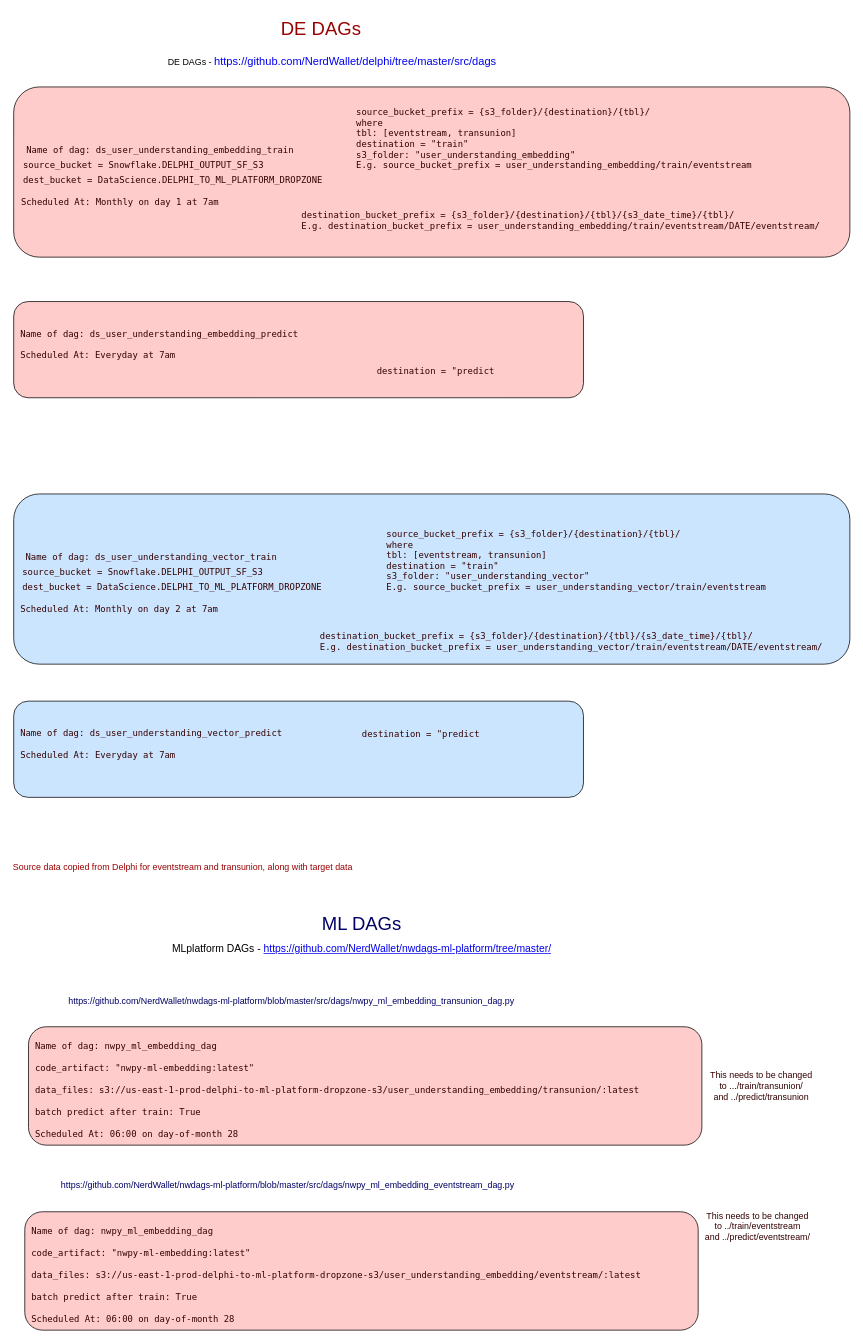
sjster/draw.io keeps this draw.io diagram as production_dags.drawio. Above is the earlier version. Source tidied: cells renumbered, new cells numbered last; positions are measured from the earlier drawing's top-left corner, leaving out a move shared by most shapes. Both pictures are drawn from the tidied source at 74%, with x=0, y=0 at pixel (13, 13).
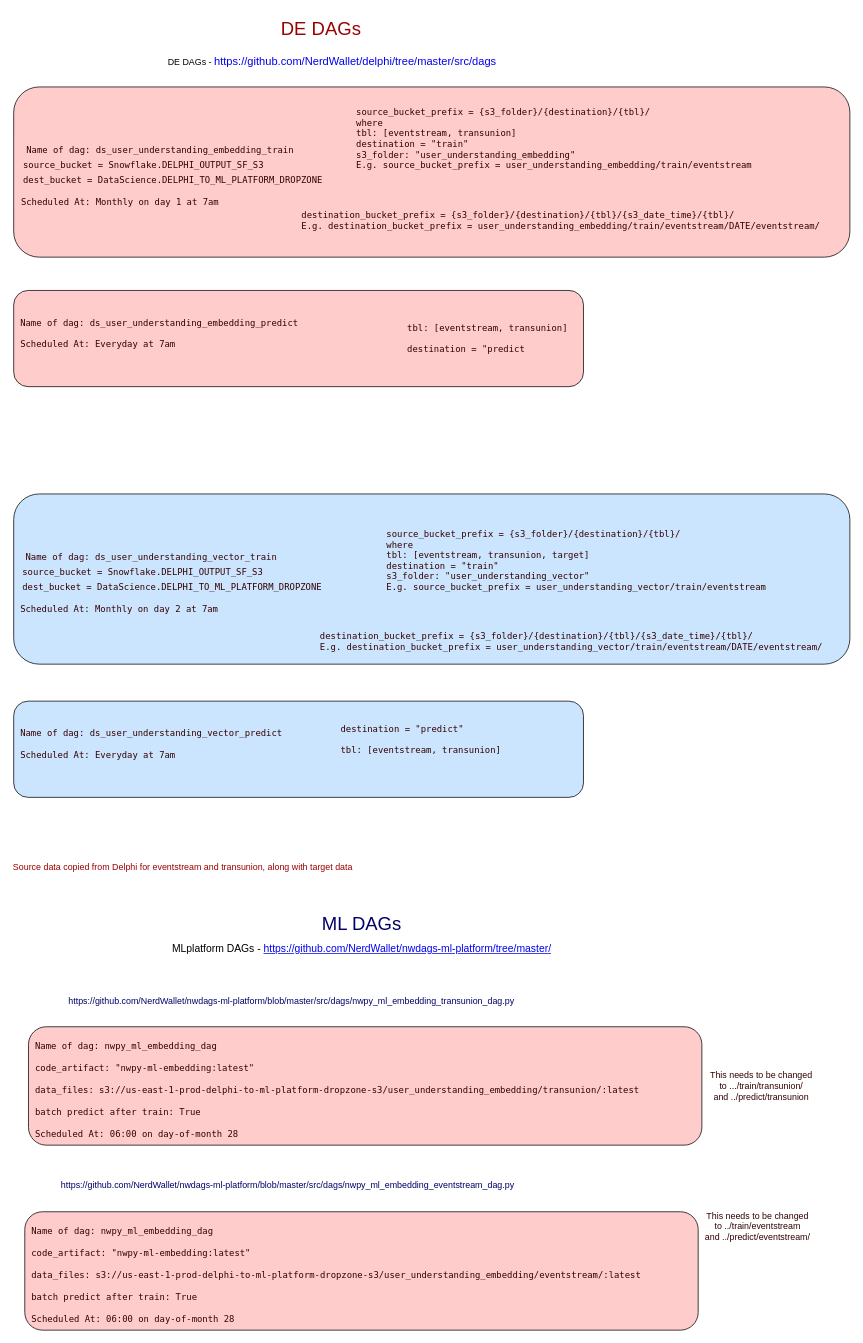
The same page after the edit.

Commit message:
Target paths updated

The edit, as a diff of the source:
```diff
@@
     <mxCell id="17" value="&lt;div style=&quot;&quot;&gt;&lt;span style=&quot;caret-color: rgb(139, 148, 158); font-family: ui-monospace, SFMono-Regular, &amp;quot;SF Mono&amp;quot;, Menlo, Consolas, &amp;quot;Liberation Mono&amp;quot;, monospace;&quot;&gt;&amp;nbsp;&lt;/span&gt;&lt;font style=&quot;background-color: initial; font-family: ui-monospace, SFMono-Regular, &amp;quot;SF Mono&amp;quot;, Menlo, Consolas, &amp;quot;Liberation Mono&amp;quot;, monospace; caret-color: rgb(165, 214, 255);&quot; color=&quot;#330000&quot;&gt;Name of dag:&amp;nbsp;&lt;/font&gt;&lt;span style=&quot;background-color: initial; color: rgb(0, 0, 102); font-family: ui-monospace, SFMono-Regular, &amp;quot;SF Mono&amp;quot;, Menlo, Consolas, &amp;quot;Liberation Mono&amp;quot;, monospace; caret-color: rgb(165, 214, 255); text-size-adjust: auto;&quot;&gt;&lt;font color=&quot;#330000&quot;&gt;ds_user_understanding_embedding_predict&lt;/font&gt;&lt;/span&gt;&lt;br&gt;&lt;/div&gt;&lt;div style=&quot;&quot;&gt;&lt;span style=&quot;background-color: initial; color: rgb(0, 0, 102); font-family: ui-monospace, SFMono-Regular, &amp;quot;SF Mono&amp;quot;, Menlo, Consolas, &amp;quot;Liberation Mono&amp;quot;, monospace; caret-color: rgb(165, 214, 255); text-size-adjust: auto;&quot;&gt;&lt;font color=&quot;#330000&quot;&gt;&lt;br&gt;&lt;/font&gt;&lt;/span&gt;&lt;/div&gt;&lt;span style=&quot;text-align: center; color: rgb(0, 0, 102); font-family: ui-monospace, SFMono-Regular, &amp;quot;SF Mono&amp;quot;, Menlo, Consolas, &amp;quot;Liberation Mono&amp;quot;, monospace; caret-color: rgb(165, 214, 255); text-size-adjust: auto;&quot;&gt;&lt;/span&gt;&lt;span style=&quot;color: rgb(0, 0, 102); font-family: ui-monospace, SFMono-Regular, &amp;quot;SF Mono&amp;quot;, Menlo, Consolas, &amp;quot;Liberation Mono&amp;quot;, monospace; font-size: 12px; font-style: normal; font-variant-ligatures: normal; font-variant-caps: normal; font-weight: 400; letter-spacing: normal; orphans: 2; text-indent: 0px; text-transform: none; widows: 2; word-spacing: 0px; -webkit-text-stroke-width: 0px; caret-color: rgb(165, 214, 255); background-color: rgb(248, 249, 250); text-decoration-thickness: initial; text-decoration-style: initial; text-decoration-color: initial; text-size-adjust: auto;&quot;&gt;&lt;span style=&quot;color: rgb(51, 0, 0); caret-color: rgb(139, 148, 158); text-size-adjust: auto;&quot;&gt;&lt;div style=&quot;&quot;&gt;&lt;span style=&quot;text-size-adjust: auto;&quot;&gt;&amp;nbsp;Scheduled At:&amp;nbsp;&lt;/span&gt;&lt;span style=&quot;text-size-adjust: auto;&quot;&gt;Everyday at 7am&amp;nbsp;&lt;/span&gt;&lt;/div&gt;&lt;/span&gt;&lt;/span&gt;&lt;font face=&quot;ui-monospace, SFMono-Regular, SF Mono, Menlo, Consolas, Liberation Mono, monospace&quot; style=&quot;orphans: 2; text-indent: 0px; widows: 2; background-color: rgb(248, 249, 250); text-decoration-thickness: initial; text-decoration-style: initial; text-decoration-color: initial;&quot;&gt;&lt;div style=&quot;caret-color: rgb(165, 214, 255);&quot;&gt;&lt;br&gt;&lt;/div&gt;&lt;/font&gt;" style="rounded=1;whiteSpace=wrap;html=1;labelBackgroundColor=none;fontSize=12;fontColor=#330000;align=left;fillColor=#FFCCCC;" parent="1" vertex="1">
-      <mxGeometry y="390" width="770" height="130" as="geometry" />
+      <mxGeometry y="375" width="770" height="130" as="geometry" />
     </mxCell>
-    <mxCell id="18" value="&lt;span style=&quot;font-family: ui-monospace, SFMono-Regular, &amp;quot;SF Mono&amp;quot;, Menlo, Consolas, &amp;quot;Liberation Mono&amp;quot;, monospace; box-sizing: border-box; text-size-adjust: auto;&quot; class=&quot;pl-s1&quot;&gt;&lt;div style=&quot;text-align: left;&quot;&gt;&lt;span style=&quot;caret-color: rgb(201, 209, 217); background-color: initial; box-sizing: border-box; text-size-adjust: auto;&quot; class=&quot;pl-s1&quot;&gt;destination&lt;/span&gt;&lt;span style=&quot;caret-color: rgb(201, 209, 217); background-color: initial; text-size-adjust: auto;&quot;&gt;&amp;nbsp;&lt;/span&gt;&lt;span style=&quot;caret-color: rgb(165, 214, 255); background-color: initial; box-sizing: border-box; text-size-adjust: auto;&quot; class=&quot;pl-c1&quot;&gt;=&lt;/span&gt;&lt;span style=&quot;background-color: initial; text-size-adjust: auto;&quot;&gt;&lt;span style=&quot;caret-color: rgb(201, 209, 217);&quot;&gt;&amp;nbsp;&lt;/span&gt;&lt;span style=&quot;caret-color: rgb(165, 214, 255);&quot;&gt;&quot;predict&lt;/span&gt;&lt;/span&gt;&lt;/div&gt;&lt;/span&gt;&lt;span style=&quot;font-family: ui-monospace, SFMono-Regular, &amp;quot;SF Mono&amp;quot;, Menlo, Consolas, &amp;quot;Liberation Mono&amp;quot;, monospace; caret-color: rgb(165, 214, 255); box-sizing: border-box; text-size-adjust: auto;&quot; class=&quot;pl-s&quot;&gt;&lt;/span&gt;" style="text;html=1;align=center;verticalAlign=middle;strokeColor=none;fillColor=none;fontSize=12;fontColor=#330000;" parent="1" vertex="1">
-      <mxGeometry x="480" y="470" width="180" height="30" as="geometry" />
+    <mxCell id="18" value="&lt;span style=&quot;font-family: ui-monospace, SFMono-Regular, &amp;quot;SF Mono&amp;quot;, Menlo, Consolas, &amp;quot;Liberation Mono&amp;quot;, monospace; box-sizing: border-box; text-size-adjust: auto;&quot; class=&quot;pl-s1&quot;&gt;&lt;div style=&quot;text-align: left;&quot;&gt;&lt;span style=&quot;caret-color: rgb(201, 209, 217); background-color: initial; box-sizing: border-box; text-size-adjust: auto;&quot; class=&quot;pl-s1&quot;&gt;tbl: [eventstream, transunion]&lt;/span&gt;&lt;/div&gt;&lt;div style=&quot;text-align: left;&quot;&gt;&lt;span style=&quot;caret-color: rgb(201, 209, 217); background-color: initial; box-sizing: border-box; text-size-adjust: auto;&quot; class=&quot;pl-s1&quot;&gt;&lt;br&gt;&lt;/span&gt;&lt;/div&gt;&lt;div style=&quot;text-align: left;&quot;&gt;&lt;span style=&quot;caret-color: rgb(201, 209, 217); background-color: initial; box-sizing: border-box; text-size-adjust: auto;&quot; class=&quot;pl-s1&quot;&gt;destination&lt;/span&gt;&lt;span style=&quot;caret-color: rgb(201, 209, 217); background-color: initial; text-size-adjust: auto;&quot;&gt;&amp;nbsp;&lt;/span&gt;&lt;span style=&quot;caret-color: rgb(165, 214, 255); background-color: initial; box-sizing: border-box; text-size-adjust: auto;&quot; class=&quot;pl-c1&quot;&gt;=&lt;/span&gt;&lt;span style=&quot;background-color: initial; text-size-adjust: auto;&quot;&gt;&lt;span style=&quot;caret-color: rgb(201, 209, 217);&quot;&gt;&amp;nbsp;&lt;/span&gt;&lt;span style=&quot;caret-color: rgb(165, 214, 255);&quot;&gt;&quot;predict&lt;/span&gt;&lt;/span&gt;&lt;/div&gt;&lt;/span&gt;&lt;span style=&quot;font-family: ui-monospace, SFMono-Regular, &amp;quot;SF Mono&amp;quot;, Menlo, Consolas, &amp;quot;Liberation Mono&amp;quot;, monospace; caret-color: rgb(165, 214, 255); box-sizing: border-box; text-size-adjust: auto;&quot; class=&quot;pl-s&quot;&gt;&lt;/span&gt;" style="text;html=1;align=center;verticalAlign=middle;strokeColor=none;fillColor=none;fontSize=12;fontColor=#330000;" parent="1" vertex="1">
+      <mxGeometry x="520" y="410" width="240" height="60" as="geometry" />
     </mxCell>
@@
-    <mxCell id="20" value="&lt;div style=&quot;text-align: left;&quot;&gt;&lt;span style=&quot;font-family: ui-monospace, SFMono-Regular, &amp;quot;SF Mono&amp;quot;, Menlo, Consolas, &amp;quot;Liberation Mono&amp;quot;, monospace; caret-color: rgb(165, 214, 255); background-color: initial;&quot;&gt;source_bucket_prefix = {s3_folder}/{destination}/{tbl}/&amp;nbsp;&lt;/span&gt;&lt;/div&gt;&lt;span style=&quot;caret-color: rgb(165, 214, 255); font-family: ui-monospace, SFMono-Regular, &amp;quot;SF Mono&amp;quot;, Menlo, Consolas, &amp;quot;Liberation Mono&amp;quot;, monospace; text-size-adjust: auto;&quot;&gt;&lt;div style=&quot;text-align: left;&quot;&gt;&lt;span style=&quot;background-color: initial;&quot;&gt;where&lt;/span&gt;&lt;/div&gt;&lt;div style=&quot;text-align: left;&quot;&gt;&lt;span style=&quot;background-color: initial;&quot;&gt;tbl: [eventstream, transunion]&lt;/span&gt;&lt;/div&gt;&lt;span style=&quot;box-sizing: border-box; caret-color: rgb(201, 209, 217); text-size-adjust: auto;&quot; class=&quot;pl-s1&quot;&gt;&lt;div style=&quot;text-align: left;&quot;&gt;&lt;span style=&quot;background-color: initial; box-sizing: border-box; text-size-adjust: auto;&quot; class=&quot;pl-s1&quot;&gt;&lt;span style=&quot;box-sizing: border-box;&quot; data-hydro-click=&quot;{&amp;quot;event_type&amp;quot;:&amp;quot;code_navigation.click_on_symbol&amp;quot;,&amp;quot;payload&amp;quot;:{&amp;quot;action&amp;quot;:&amp;quot;click_on_symbol&amp;quot;,&amp;quot;repository_id&amp;quot;:181556173,&amp;quot;ref&amp;quot;:&amp;quot;master&amp;quot;,&amp;quot;language&amp;quot;:&amp;quot;Python&amp;quot;,&amp;quot;backend&amp;quot;:&amp;quot;ALEPH_PRECISE&amp;quot;,&amp;quot;code_nav_context&amp;quot;:&amp;quot;BLOB_VIEW&amp;quot;,&amp;quot;retry_backend&amp;quot;:&amp;quot;&amp;quot;,&amp;quot;originating_url&amp;quot;:&amp;quot;https://github.com/NerdWallet/delphi/find-definition?q=destination&amp;amp;blob_path=src%2Fdags%2Fds_user_understanding_embedding_train.py&amp;amp;ref=master&amp;amp;language=Python&amp;amp;row=34&amp;amp;col=0&amp;amp;code_nav_context=BLOB_VIEW&amp;quot;,&amp;quot;user_id&amp;quot;:102988599}}&quot; class=&quot;pl-token&quot;&gt;destination&lt;/span&gt;&lt;/span&gt;&lt;span style=&quot;background-color: initial; text-size-adjust: auto;&quot;&gt; &lt;/span&gt;&lt;span style=&quot;caret-color: rgb(165, 214, 255); background-color: initial; box-sizing: border-box; text-size-adjust: auto;&quot; class=&quot;pl-c1&quot;&gt;=&lt;/span&gt;&lt;span style=&quot;background-color: initial; text-size-adjust: auto;&quot;&gt; &lt;/span&gt;&lt;span style=&quot;caret-color: rgb(165, 214, 255); background-color: initial; box-sizing: border-box; text-size-adjust: auto;&quot; class=&quot;pl-s&quot;&gt;&quot;train&quot;&lt;/span&gt;&lt;/div&gt;&lt;/span&gt;&lt;span style=&quot;box-sizing: border-box; text-size-adjust: auto;&quot; class=&quot;pl-s&quot;&gt;&lt;div style=&quot;text-align: left;&quot;&gt;&lt;span style=&quot;background-color: initial; box-sizing: border-box; text-size-adjust: auto;&quot; class=&quot;pl-s&quot;&gt;s3_folder&lt;/span&gt;&lt;span style=&quot;background-color: initial; caret-color: rgb(201, 209, 217); text-size-adjust: auto;&quot;&gt;: &lt;/span&gt;&lt;span style=&quot;background-color: initial; box-sizing: border-box; text-size-adjust: auto;&quot; class=&quot;pl-s&quot;&gt;&quot;user_understanding_vector&quot;&lt;/span&gt;&lt;/div&gt;&lt;div style=&quot;text-align: left;&quot;&gt;E.g. source_bucket_prefix = user_understanding_vector/train/eventstream&lt;/div&gt;&lt;/span&gt;&lt;/span&gt;" style="text;html=1;align=center;verticalAlign=middle;strokeColor=none;fillColor=none;fontSize=12;fontColor=#330000;" parent="1" vertex="1">
+    <mxCell id="20" value="&lt;div style=&quot;text-align: left;&quot;&gt;&lt;span style=&quot;font-family: ui-monospace, SFMono-Regular, &amp;quot;SF Mono&amp;quot;, Menlo, Consolas, &amp;quot;Liberation Mono&amp;quot;, monospace; caret-color: rgb(165, 214, 255); background-color: initial;&quot;&gt;source_bucket_prefix = {s3_folder}/{destination}/{tbl}/&amp;nbsp;&lt;/span&gt;&lt;/div&gt;&lt;span style=&quot;caret-color: rgb(165, 214, 255); font-family: ui-monospace, SFMono-Regular, &amp;quot;SF Mono&amp;quot;, Menlo, Consolas, &amp;quot;Liberation Mono&amp;quot;, monospace; text-size-adjust: auto;&quot;&gt;&lt;div style=&quot;text-align: left;&quot;&gt;&lt;span style=&quot;background-color: initial;&quot;&gt;where&lt;/span&gt;&lt;/div&gt;&lt;div style=&quot;text-align: left;&quot;&gt;&lt;span style=&quot;background-color: initial;&quot;&gt;tbl: [eventstream, transunion, target]&lt;/span&gt;&lt;/div&gt;&lt;span style=&quot;box-sizing: border-box; caret-color: rgb(201, 209, 217); text-size-adjust: auto;&quot; class=&quot;pl-s1&quot;&gt;&lt;div style=&quot;text-align: left;&quot;&gt;&lt;span style=&quot;background-color: initial; box-sizing: border-box; text-size-adjust: auto;&quot; class=&quot;pl-s1&quot;&gt;&lt;span style=&quot;box-sizing: border-box;&quot; data-hydro-click=&quot;{&amp;quot;event_type&amp;quot;:&amp;quot;code_navigation.click_on_symbol&amp;quot;,&amp;quot;payload&amp;quot;:{&amp;quot;action&amp;quot;:&amp;quot;click_on_symbol&amp;quot;,&amp;quot;repository_id&amp;quot;:181556173,&amp;quot;ref&amp;quot;:&amp;quot;master&amp;quot;,&amp;quot;language&amp;quot;:&amp;quot;Python&amp;quot;,&amp;quot;backend&amp;quot;:&amp;quot;ALEPH_PRECISE&amp;quot;,&amp;quot;code_nav_context&amp;quot;:&amp;quot;BLOB_VIEW&amp;quot;,&amp;quot;retry_backend&amp;quot;:&amp;quot;&amp;quot;,&amp;quot;originating_url&amp;quot;:&amp;quot;https://github.com/NerdWallet/delphi/find-definition?q=destination&amp;amp;blob_path=src%2Fdags%2Fds_user_understanding_embedding_train.py&amp;amp;ref=master&amp;amp;language=Python&amp;amp;row=34&amp;amp;col=0&amp;amp;code_nav_context=BLOB_VIEW&amp;quot;,&amp;quot;user_id&amp;quot;:102988599}}&quot; class=&quot;pl-token&quot;&gt;destination&lt;/span&gt;&lt;/span&gt;&lt;span style=&quot;background-color: initial; text-size-adjust: auto;&quot;&gt; &lt;/span&gt;&lt;span style=&quot;caret-color: rgb(165, 214, 255); background-color: initial; box-sizing: border-box; text-size-adjust: auto;&quot; class=&quot;pl-c1&quot;&gt;=&lt;/span&gt;&lt;span style=&quot;background-color: initial; text-size-adjust: auto;&quot;&gt; &lt;/span&gt;&lt;span style=&quot;caret-color: rgb(165, 214, 255); background-color: initial; box-sizing: border-box; text-size-adjust: auto;&quot; class=&quot;pl-s&quot;&gt;&quot;train&quot;&lt;/span&gt;&lt;/div&gt;&lt;/span&gt;&lt;span style=&quot;box-sizing: border-box; text-size-adjust: auto;&quot; class=&quot;pl-s&quot;&gt;&lt;div style=&quot;text-align: left;&quot;&gt;&lt;span style=&quot;background-color: initial; box-sizing: border-box; text-size-adjust: auto;&quot; class=&quot;pl-s&quot;&gt;s3_folder&lt;/span&gt;&lt;span style=&quot;background-color: initial; caret-color: rgb(201, 209, 217); text-size-adjust: auto;&quot;&gt;: &lt;/span&gt;&lt;span style=&quot;background-color: initial; box-sizing: border-box; text-size-adjust: auto;&quot; class=&quot;pl-s&quot;&gt;&quot;user_understanding_vector&quot;&lt;/span&gt;&lt;/div&gt;&lt;div style=&quot;text-align: left;&quot;&gt;E.g. source_bucket_prefix = user_understanding_vector/train/eventstream&lt;/div&gt;&lt;/span&gt;&lt;/span&gt;" style="text;html=1;align=center;verticalAlign=middle;strokeColor=none;fillColor=none;fontSize=12;fontColor=#330000;" parent="1" vertex="1">
       <mxGeometry x="490" y="690" width="540" height="100" as="geometry" />
     </mxCell>
@@
-    <mxCell id="23" value="&lt;span style=&quot;font-family: ui-monospace, SFMono-Regular, &amp;quot;SF Mono&amp;quot;, Menlo, Consolas, &amp;quot;Liberation Mono&amp;quot;, monospace; box-sizing: border-box; text-size-adjust: auto;&quot; class=&quot;pl-s1&quot;&gt;&lt;div style=&quot;text-align: left;&quot;&gt;&lt;span style=&quot;caret-color: rgb(201, 209, 217); background-color: initial; box-sizing: border-box; text-size-adjust: auto;&quot; class=&quot;pl-s1&quot;&gt;destination&lt;/span&gt;&lt;span style=&quot;caret-color: rgb(201, 209, 217); background-color: initial; text-size-adjust: auto;&quot;&gt;&amp;nbsp;&lt;/span&gt;&lt;span style=&quot;caret-color: rgb(165, 214, 255); background-color: initial; box-sizing: border-box; text-size-adjust: auto;&quot; class=&quot;pl-c1&quot;&gt;=&lt;/span&gt;&lt;span style=&quot;background-color: initial; text-size-adjust: auto;&quot;&gt;&lt;span style=&quot;caret-color: rgb(201, 209, 217);&quot;&gt;&amp;nbsp;&lt;/span&gt;&lt;span style=&quot;caret-color: rgb(165, 214, 255);&quot;&gt;&quot;predict&lt;/span&gt;&lt;/span&gt;&lt;/div&gt;&lt;/span&gt;&lt;span style=&quot;font-family: ui-monospace, SFMono-Regular, &amp;quot;SF Mono&amp;quot;, Menlo, Consolas, &amp;quot;Liberation Mono&amp;quot;, monospace; caret-color: rgb(165, 214, 255); box-sizing: border-box; text-size-adjust: auto;&quot; class=&quot;pl-s&quot;&gt;&lt;/span&gt;" style="text;html=1;align=center;verticalAlign=middle;strokeColor=none;fillColor=none;fontSize=12;fontColor=#330000;" parent="1" vertex="1">
-      <mxGeometry x="460" y="960" width="180" height="30" as="geometry" />
+    <mxCell id="23" value="&lt;span style=&quot;font-family: ui-monospace, SFMono-Regular, &amp;quot;SF Mono&amp;quot;, Menlo, Consolas, &amp;quot;Liberation Mono&amp;quot;, monospace; box-sizing: border-box; text-size-adjust: auto;&quot; class=&quot;pl-s1&quot;&gt;&lt;div style=&quot;text-align: left;&quot;&gt;&lt;span style=&quot;caret-color: rgb(201, 209, 217); background-color: initial; box-sizing: border-box; text-size-adjust: auto;&quot; class=&quot;pl-s1&quot;&gt;&lt;br&gt;&lt;/span&gt;&lt;/div&gt;&lt;div style=&quot;text-align: left;&quot;&gt;&lt;span style=&quot;caret-color: rgb(201, 209, 217); background-color: initial; box-sizing: border-box; text-size-adjust: auto;&quot; class=&quot;pl-s1&quot;&gt;destination&lt;/span&gt;&lt;span style=&quot;caret-color: rgb(201, 209, 217); background-color: initial; text-size-adjust: auto;&quot;&gt;&amp;nbsp;&lt;/span&gt;&lt;span style=&quot;caret-color: rgb(165, 214, 255); background-color: initial; box-sizing: border-box; text-size-adjust: auto;&quot; class=&quot;pl-c1&quot;&gt;=&lt;/span&gt;&lt;span style=&quot;background-color: initial; text-size-adjust: auto;&quot;&gt;&lt;span style=&quot;caret-color: rgb(201, 209, 217);&quot;&gt;&amp;nbsp;&lt;/span&gt;&lt;span style=&quot;caret-color: rgb(165, 214, 255);&quot;&gt;&quot;predict&quot;&lt;/span&gt;&lt;/span&gt;&lt;/div&gt;&lt;/span&gt;&lt;span style=&quot;font-family: ui-monospace, SFMono-Regular, &amp;quot;SF Mono&amp;quot;, Menlo, Consolas, &amp;quot;Liberation Mono&amp;quot;, monospace; caret-color: rgb(165, 214, 255); box-sizing: border-box; text-size-adjust: auto;&quot; class=&quot;pl-s&quot;&gt;&lt;br&gt;&lt;div style=&quot;text-align: left;&quot;&gt;&lt;span style=&quot;background-color: initial;&quot;&gt;tbl: [eventstream, transunion]&lt;/span&gt;&lt;/div&gt;&lt;span style=&quot;box-sizing: border-box; caret-color: rgb(201, 209, 217); text-size-adjust: auto;&quot; class=&quot;pl-s1&quot;&gt;&lt;/span&gt;&lt;/span&gt;" style="text;html=1;align=center;verticalAlign=middle;strokeColor=none;fillColor=none;fontSize=12;fontColor=#330000;" parent="1" vertex="1">
+      <mxGeometry x="430" y="940" width="240" height="70" as="geometry" />
     </mxCell>
```
